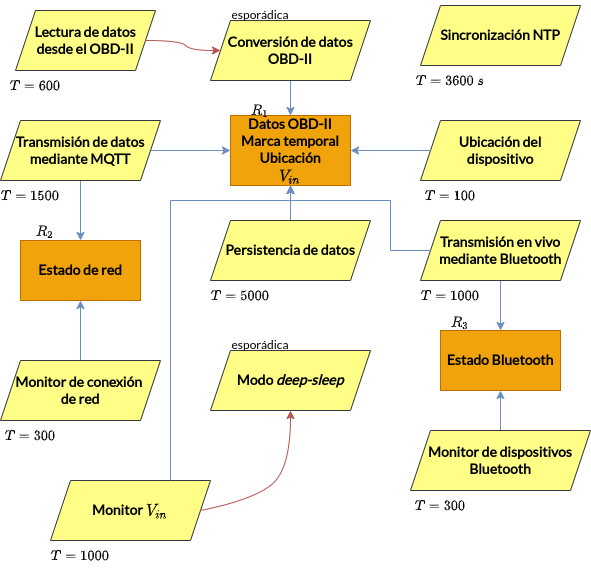
Above: images/Plannification.png in Javinator9889/VIMS-Memory (draw.io), before the change. Source tidied: cells renumbered, new cells last; positions are measured from the earlier drawing's top-left corner, leaving out a move shared by most shapes.
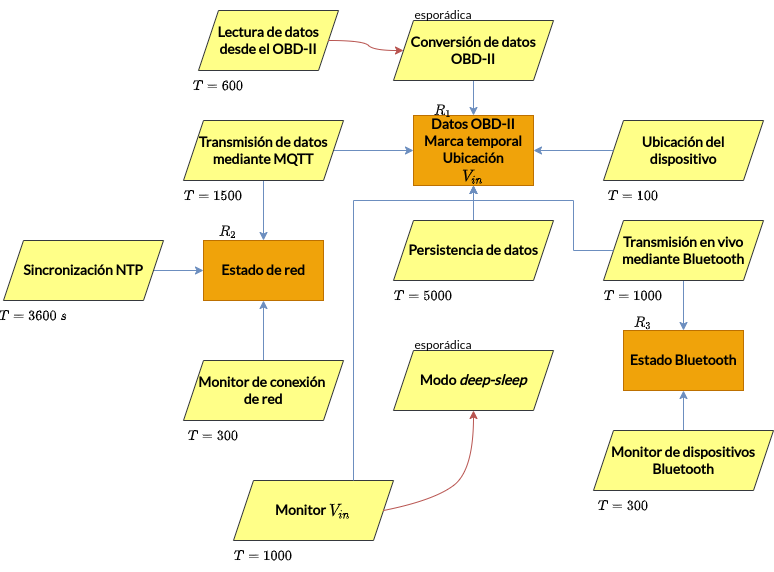
The same diagram one commit later.

Change to the diagram source:
```diff
@@ -72,14 +72,17 @@
     <mxCell id="21" value="&lt;h3&gt;&lt;font face=&quot;Lato&quot;&gt;Monitor de conexión &lt;br&gt;de red&lt;/font&gt;&lt;/h3&gt;" style="shape=parallelogram;perimeter=parallelogramPerimeter;whiteSpace=wrap;html=1;fixedSize=1;fillColor=#ffff88;strokeColor=#36393d;" parent="1" vertex="1">
       <mxGeometry y="360" width="160" height="60" as="geometry" />
     </mxCell>
+    <mxCell id="42" style="edgeStyle=orthogonalEdgeStyle;rounded=0;jettySize=auto;html=1;fontFamily=Lato;fontSource=https%3A%2F%2Ffonts.googleapis.com%2Fcss%3Ffamily%3DLato;entryX=0;entryY=0.5;entryDx=0;entryDy=0;fillColor=#dae8fc;strokeColor=#6c8ebf;" parent="1" edge="1" source="22" target="27">
+      <mxGeometry relative="1" as="geometry" />
+    </mxCell>
     <mxCell id="22" value="&lt;h3&gt;&lt;font face=&quot;Lato&quot;&gt;Sincronización NTP&lt;/font&gt;&lt;/h3&gt;" style="shape=parallelogram;perimeter=parallelogramPerimeter;whiteSpace=wrap;html=1;fixedSize=1;fillColor=#ffff88;strokeColor=#36393d;" parent="1" vertex="1">
-      <mxGeometry x="420" y="5" width="160" height="60" as="geometry" />
+      <mxGeometry x="-180" y="240" width="160" height="60" as="geometry" />
     </mxCell>
     <mxCell id="23" value="\(T = 300\)" style="text;html=1;strokeColor=none;fillColor=none;align=center;verticalAlign=middle;whiteSpace=wrap;rounded=0;fontFamily=Lato;fontSource=https%3A%2F%2Ffonts.googleapis.com%2Fcss%3Ffamily%3DLato;" parent="1" vertex="1">
       <mxGeometry y="420" width="60" height="30" as="geometry" />
     </mxCell>
     <mxCell id="24" value="\(T = 3600~s\)" style="text;html=1;strokeColor=none;fillColor=none;align=center;verticalAlign=middle;whiteSpace=wrap;rounded=0;fontFamily=Lato;fontSource=https%3A%2F%2Ffonts.googleapis.com%2Fcss%3Ffamily%3DLato;" parent="1" vertex="1">
-      <mxGeometry x="420" y="65" width="60" height="30" as="geometry" />
+      <mxGeometry x="-180" y="300" width="60" height="30" as="geometry" />
     </mxCell>
     <mxCell id="25" value="\(T = 1500\)" style="text;html=1;strokeColor=none;fillColor=none;align=center;verticalAlign=middle;whiteSpace=wrap;rounded=0;fontFamily=Lato;fontSource=https%3A%2F%2Ffonts.googleapis.com%2Fcss%3Ffamily%3DLato;" parent="1" vertex="1">
       <mxGeometry y="180" width="60" height="30" as="geometry" />
```
